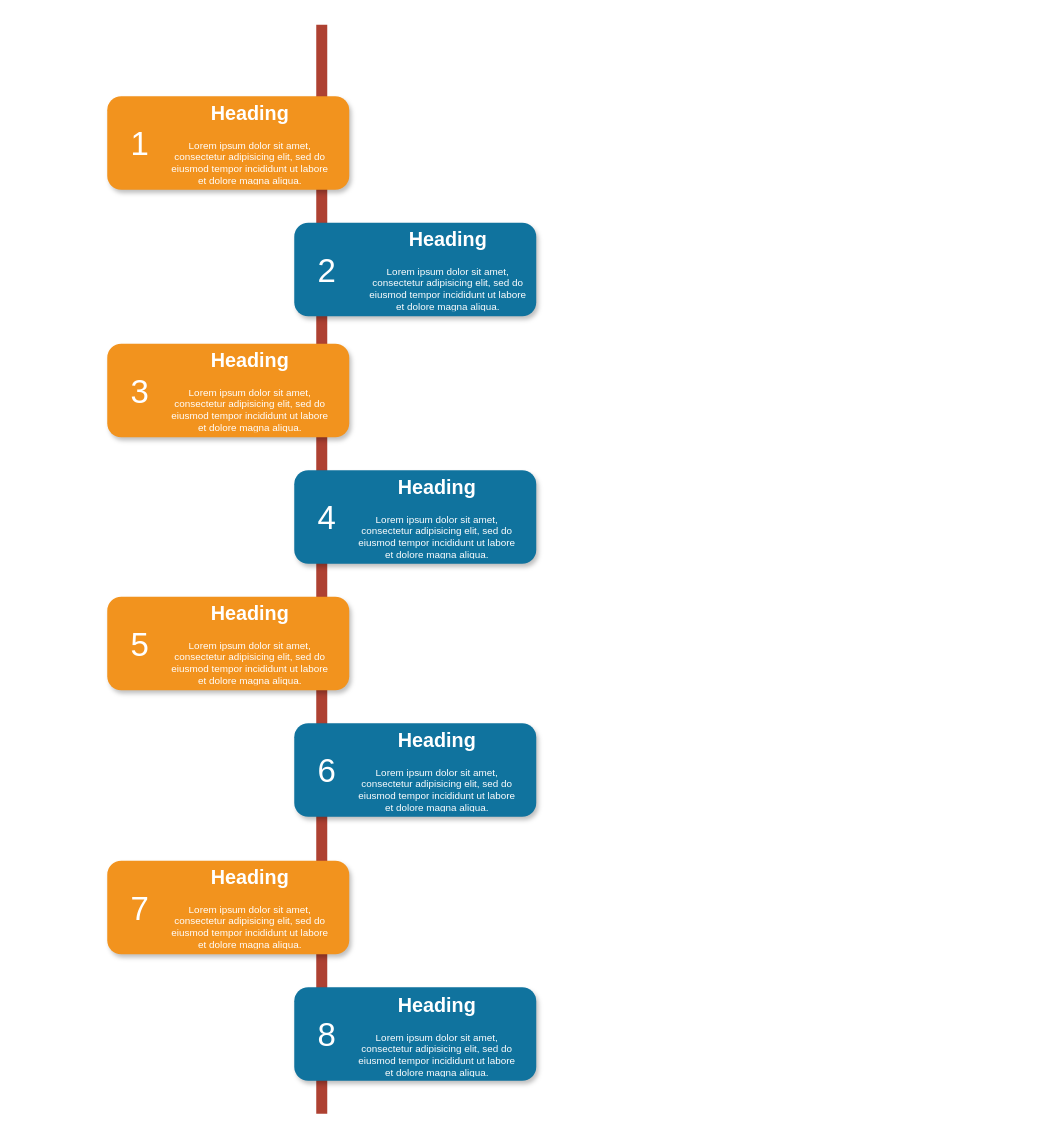
Before: postgraduation/test_time_sch.drawio in Thesoul20/daily-work, a draw.io diagram. Source tidied: cells renumbered, new cells numbered last; positions are measured from the earlier drawing's top-left corner, leaving out a move shared by most shapes. Both pictures are drawn from the tidied source at 110%, with x=0, y=0 at pixel (107, 24).
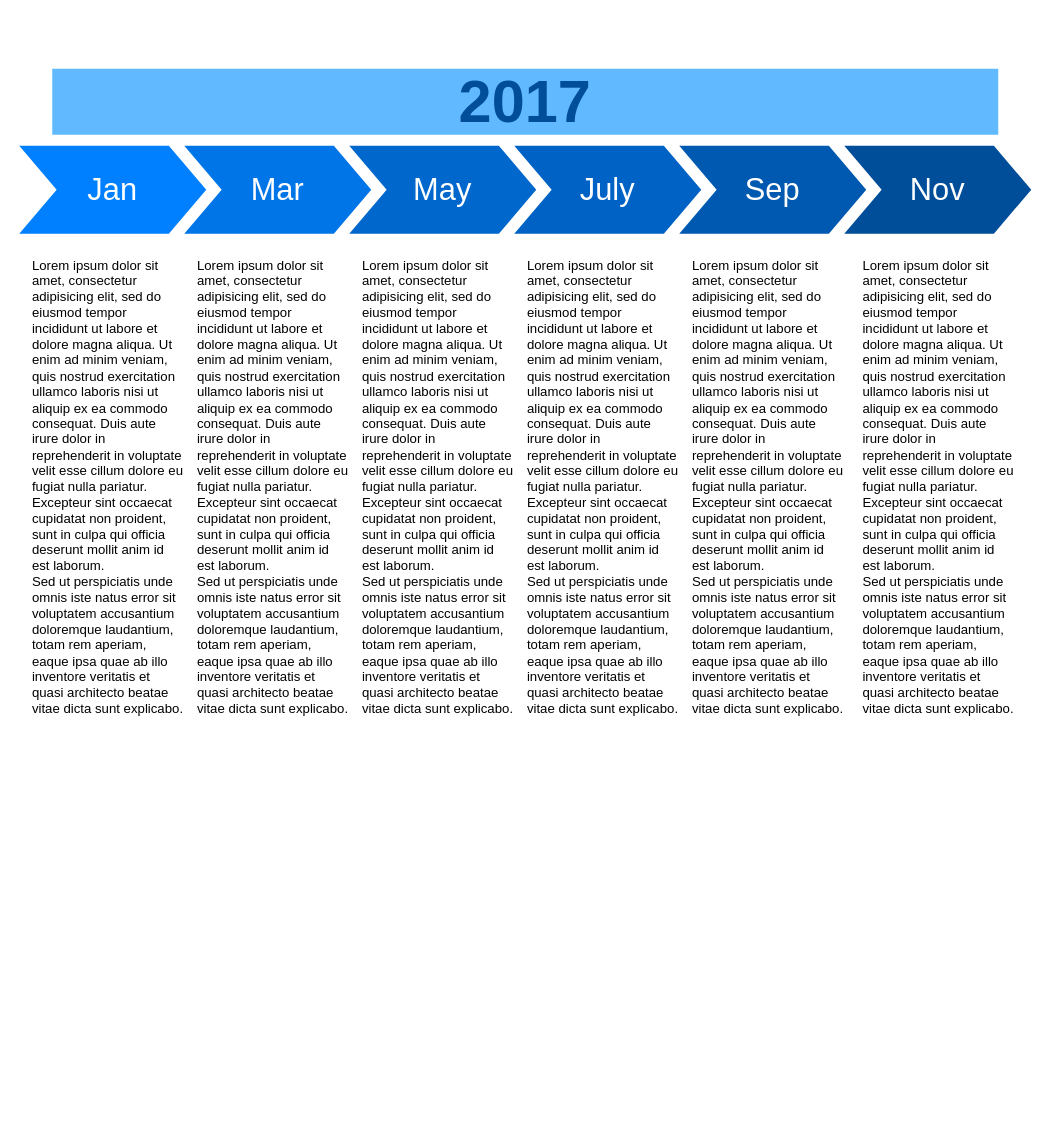
After the change.

What changed in the source:
```diff
@@
-    <mxCell id="2" style="line;strokeWidth=10;direction=south;html=1;fillColor=none;fontSize=13;fontColor=#000000;align=center;strokeColor=#AE4132;" parent="1" vertex="1">
-      <mxGeometry x="190" width="10" height="990" as="geometry" />
-    </mxCell>
-    <mxCell id="3" style="rounded=1;whiteSpace=wrap;html=1;strokeColor=none;strokeWidth=1;fillColor=#F2931E;fontSize=13;fontColor=#FFFFFF;align=center;gradientColor=none;gradientDirection=east;verticalAlign=top;shadow=1;" parent="1" vertex="1">
-      <mxGeometry y="65" width="220" height="85" as="geometry" />
-    </mxCell>
-    <mxCell id="4" value="1" style="text;html=1;strokeColor=none;fillColor=none;align=center;verticalAlign=middle;whiteSpace=wrap;fontSize=30;fontColor=#FFFFFF;" parent="1" vertex="1">
-      <mxGeometry x="10" y="98" width="40" height="20" as="geometry" />
-    </mxCell>
-    <mxCell id="5" style="rounded=1;whiteSpace=wrap;html=1;strokeColor=none;strokeWidth=1;fillColor=#10739E;fontSize=13;fontColor=#FFFFFF;align=center;gradientColor=none;gradientDirection=east;verticalAlign=top;shadow=1;" parent="1" vertex="1">
-      <mxGeometry x="170" y="180" width="220" height="85" as="geometry" />
-    </mxCell>
-    <mxCell id="6" value="2" style="text;html=1;strokeColor=none;fillColor=none;align=center;verticalAlign=middle;whiteSpace=wrap;fontSize=30;fontColor=#FFFFFF;" parent="1" vertex="1">
-      <mxGeometry x="180" y="213" width="40" height="20" as="geometry" />
-    </mxCell>
-    <mxCell id="7" style="rounded=1;whiteSpace=wrap;html=1;strokeColor=none;strokeWidth=1;fillColor=#F2931E;fontSize=13;fontColor=#FFFFFF;align=center;gradientColor=none;gradientDirection=east;verticalAlign=top;shadow=1;" parent="1" vertex="1">
-      <mxGeometry y="290" width="220" height="85" as="geometry" />
-    </mxCell>
-    <mxCell id="8" value="3" style="text;html=1;strokeColor=none;fillColor=none;align=center;verticalAlign=middle;whiteSpace=wrap;fontSize=30;fontColor=#FFFFFF;" parent="1" vertex="1">
-      <mxGeometry x="10" y="323" width="40" height="20" as="geometry" />
-    </mxCell>
-    <mxCell id="9" style="rounded=1;whiteSpace=wrap;html=1;strokeColor=none;strokeWidth=1;fillColor=#10739E;fontSize=13;fontColor=#FFFFFF;align=center;gradientColor=none;gradientDirection=east;verticalAlign=top;shadow=1;" parent="1" vertex="1">
-      <mxGeometry x="170" y="405" width="220" height="85" as="geometry" />
-    </mxCell>
-    <mxCell id="10" value="4" style="text;html=1;strokeColor=none;fillColor=none;align=center;verticalAlign=middle;whiteSpace=wrap;fontSize=30;fontColor=#FFFFFF;" parent="1" vertex="1">
-      <mxGeometry x="180" y="438" width="40" height="20" as="geometry" />
-    </mxCell>
-    <mxCell id="11" style="rounded=1;whiteSpace=wrap;html=1;strokeColor=none;strokeWidth=1;fillColor=#F2931E;fontSize=13;fontColor=#FFFFFF;align=center;gradientColor=none;gradientDirection=east;verticalAlign=top;shadow=1;" parent="1" vertex="1">
-      <mxGeometry y="520" width="220" height="85" as="geometry" />
-    </mxCell>
-    <mxCell id="12" value="5" style="text;html=1;strokeColor=none;fillColor=none;align=center;verticalAlign=middle;whiteSpace=wrap;fontSize=30;fontColor=#FFFFFF;" parent="1" vertex="1">
-      <mxGeometry x="10" y="553" width="40" height="20" as="geometry" />
-    </mxCell>
-    <mxCell id="13" style="rounded=1;whiteSpace=wrap;html=1;strokeColor=none;strokeWidth=1;fillColor=#10739E;fontSize=13;fontColor=#FFFFFF;align=center;gradientColor=none;gradientDirection=east;verticalAlign=top;shadow=1;" parent="1" vertex="1">
-      <mxGeometry x="170" y="635" width="220" height="85" as="geometry" />
-    </mxCell>
-    <mxCell id="14" value="6" style="text;html=1;strokeColor=none;fillColor=none;align=center;verticalAlign=middle;whiteSpace=wrap;fontSize=30;fontColor=#FFFFFF;" parent="1" vertex="1">
-      <mxGeometry x="180" y="668" width="40" height="20" as="geometry" />
-    </mxCell>
-    <mxCell id="15" style="rounded=1;whiteSpace=wrap;html=1;strokeColor=none;strokeWidth=1;fillColor=#F2931E;fontSize=13;fontColor=#FFFFFF;align=center;gradientColor=none;gradientDirection=east;verticalAlign=top;shadow=1;" parent="1" vertex="1">
-      <mxGeometry y="760" width="220" height="85" as="geometry" />
-    </mxCell>
-    <mxCell id="16" value="7" style="text;html=1;strokeColor=none;fillColor=none;align=center;verticalAlign=middle;whiteSpace=wrap;fontSize=30;fontColor=#FFFFFF;" parent="1" vertex="1">
-      <mxGeometry x="10" y="793" width="40" height="20" as="geometry" />
-    </mxCell>
-    <mxCell id="17" style="rounded=1;whiteSpace=wrap;html=1;strokeColor=none;strokeWidth=1;fillColor=#10739E;fontSize=13;fontColor=#FFFFFF;align=center;gradientColor=none;gradientDirection=east;verticalAlign=top;shadow=1;" parent="1" vertex="1">
-      <mxGeometry x="170" y="875" width="220" height="85" as="geometry" />
-    </mxCell>
-    <mxCell id="18" value="8" style="text;html=1;strokeColor=none;fillColor=none;align=center;verticalAlign=middle;whiteSpace=wrap;fontSize=30;fontColor=#FFFFFF;" parent="1" vertex="1">
-      <mxGeometry x="180" y="908" width="40" height="20" as="geometry" />
-    </mxCell>
-    <mxCell id="19" value="&lt;h1&gt;Heading&lt;/h1&gt;&lt;p&gt;Lorem ipsum dolor sit amet, consectetur adipisicing elit, sed do eiusmod tempor incididunt ut labore et dolore magna aliqua.&lt;/p&gt;" style="text;html=1;spacing=5;spacingTop=-20;whiteSpace=wrap;overflow=hidden;strokeColor=none;strokeWidth=4;fillColor=none;gradientColor=#007FFF;fontSize=9;fontColor=#FFFFFF;align=center;" parent="1" vertex="1">
-      <mxGeometry x="50" y="69" width="160" height="77" as="geometry" />
-    </mxCell>
-    <mxCell id="20" value="&lt;h1&gt;Heading&lt;/h1&gt;&lt;p&gt;Lorem ipsum dolor sit amet, consectetur adipisicing elit, sed do eiusmod tempor incididunt ut labore et dolore magna aliqua.&lt;/p&gt;" style="text;html=1;spacing=5;spacingTop=-20;whiteSpace=wrap;overflow=hidden;strokeColor=none;strokeWidth=4;fillColor=none;gradientColor=#007FFF;fontSize=9;fontColor=#FFFFFF;align=center;" parent="1" vertex="1">
-      <mxGeometry x="230" y="184" width="160" height="77" as="geometry" />
-    </mxCell>
-    <mxCell id="21" value="&lt;h1&gt;Heading&lt;/h1&gt;&lt;p&gt;Lorem ipsum dolor sit amet, consectetur adipisicing elit, sed do eiusmod tempor incididunt ut labore et dolore magna aliqua.&lt;/p&gt;" style="text;html=1;spacing=5;spacingTop=-20;whiteSpace=wrap;overflow=hidden;strokeColor=none;strokeWidth=4;fillColor=none;gradientColor=#007FFF;fontSize=9;fontColor=#FFFFFF;align=center;" parent="1" vertex="1">
-      <mxGeometry x="50" y="294" width="160" height="77" as="geometry" />
-    </mxCell>
-    <mxCell id="22" value="&lt;h1&gt;Heading&lt;/h1&gt;&lt;p&gt;Lorem ipsum dolor sit amet, consectetur adipisicing elit, sed do eiusmod tempor incididunt ut labore et dolore magna aliqua.&lt;/p&gt;" style="text;html=1;spacing=5;spacingTop=-20;whiteSpace=wrap;overflow=hidden;strokeColor=none;strokeWidth=4;fillColor=none;gradientColor=#007FFF;fontSize=9;fontColor=#FFFFFF;align=center;" parent="1" vertex="1">
-      <mxGeometry x="220" y="409" width="160" height="77" as="geometry" />
-    </mxCell>
-    <mxCell id="23" value="&lt;h1&gt;Heading&lt;/h1&gt;&lt;p&gt;Lorem ipsum dolor sit amet, consectetur adipisicing elit, sed do eiusmod tempor incididunt ut labore et dolore magna aliqua.&lt;/p&gt;" style="text;html=1;spacing=5;spacingTop=-20;whiteSpace=wrap;overflow=hidden;strokeColor=none;strokeWidth=4;fillColor=none;gradientColor=#007FFF;fontSize=9;fontColor=#FFFFFF;align=center;" parent="1" vertex="1">
-      <mxGeometry x="50" y="524" width="160" height="77" as="geometry" />
-    </mxCell>
-    <mxCell id="24" value="&lt;h1&gt;Heading&lt;/h1&gt;&lt;p&gt;Lorem ipsum dolor sit amet, consectetur adipisicing elit, sed do eiusmod tempor incididunt ut labore et dolore magna aliqua.&lt;/p&gt;" style="text;html=1;spacing=5;spacingTop=-20;whiteSpace=wrap;overflow=hidden;strokeColor=none;strokeWidth=4;fillColor=none;gradientColor=#007FFF;fontSize=9;fontColor=#FFFFFF;align=center;" parent="1" vertex="1">
-      <mxGeometry x="220" y="639" width="160" height="77" as="geometry" />
-    </mxCell>
-    <mxCell id="25" value="&lt;h1&gt;Heading&lt;/h1&gt;&lt;p&gt;Lorem ipsum dolor sit amet, consectetur adipisicing elit, sed do eiusmod tempor incididunt ut labore et dolore magna aliqua.&lt;/p&gt;" style="text;html=1;spacing=5;spacingTop=-20;whiteSpace=wrap;overflow=hidden;strokeColor=none;strokeWidth=4;fillColor=none;gradientColor=#007FFF;fontSize=9;fontColor=#FFFFFF;align=center;" parent="1" vertex="1">
-      <mxGeometry x="50" y="764" width="160" height="77" as="geometry" />
-    </mxCell>
-    <mxCell id="26" value="&lt;h1&gt;Heading&lt;/h1&gt;&lt;p&gt;Lorem ipsum dolor sit amet, consectetur adipisicing elit, sed do eiusmod tempor incididunt ut labore et dolore magna aliqua.&lt;/p&gt;" style="text;html=1;spacing=5;spacingTop=-20;whiteSpace=wrap;overflow=hidden;strokeColor=none;strokeWidth=4;fillColor=none;gradientColor=#007FFF;fontSize=9;fontColor=#FFFFFF;align=center;" parent="1" vertex="1">
-      <mxGeometry x="220" y="880" width="160" height="77" as="geometry" />
-    </mxCell>
+    <mxCell id="27" value="Jan" style="shape=step;whiteSpace=wrap;html=1;fontSize=28;fillColor=#0080FF;fontColor=#FFFFFF;strokeColor=none;" parent="1" vertex="1">
+      <mxGeometry x="-80" y="110" width="170" height="80" as="geometry" />
+    </mxCell>
+    <mxCell id="28" value="Mar" style="shape=step;whiteSpace=wrap;html=1;fontSize=28;fillColor=#0075E8;fontColor=#FFFFFF;strokeColor=none;" parent="1" vertex="1">
+      <mxGeometry x="70" y="110" width="170" height="80" as="geometry" />
+    </mxCell>
+    <mxCell id="29" value="May" style="shape=step;whiteSpace=wrap;html=1;fontSize=28;fillColor=#0067CC;fontColor=#FFFFFF;strokeColor=none;" parent="1" vertex="1">
+      <mxGeometry x="220" y="110" width="170" height="80" as="geometry" />
+    </mxCell>
+    <mxCell id="30" value="July" style="shape=step;whiteSpace=wrap;html=1;fontSize=28;fillColor=#0062C4;fontColor=#FFFFFF;strokeColor=none;" parent="1" vertex="1">
+      <mxGeometry x="370" y="110" width="170" height="80" as="geometry" />
+    </mxCell>
+    <mxCell id="31" value="Sep" style="shape=step;whiteSpace=wrap;html=1;fontSize=28;fillColor=#0059B0;fontColor=#FFFFFF;strokeColor=none;" parent="1" vertex="1">
+      <mxGeometry x="520" y="110" width="170" height="80" as="geometry" />
+    </mxCell>
+    <mxCell id="32" value="Nov" style="shape=step;whiteSpace=wrap;html=1;fontSize=28;fillColor=#004D99;fontColor=#FFFFFF;strokeColor=none;" parent="1" vertex="1">
+      <mxGeometry x="670" y="110" width="170" height="80" as="geometry" />
+    </mxCell>
+    <mxCell id="33" value="2017" style="text;html=1;strokeColor=none;fillColor=#61BAFF;align=center;verticalAlign=middle;whiteSpace=wrap;fontSize=54;fontStyle=1;fontColor=#004D99;" parent="1" vertex="1">
+      <mxGeometry x="-50" y="40" width="860" height="60" as="geometry" />
+    </mxCell>
+    <mxCell id="34" value="Lorem ipsum dolor sit amet, consectetur adipisicing elit, sed do eiusmod tempor incididunt ut labore et dolore magna aliqua. Ut enim ad minim veniam, quis nostrud exercitation ullamco laboris nisi ut aliquip ex ea commodo consequat. Duis aute irure dolor in reprehenderit in voluptate velit esse cillum dolore eu fugiat nulla pariatur. Excepteur sint occaecat cupidatat non proident, sunt in culpa qui officia deserunt mollit anim id est laborum.&lt;br&gt;Sed ut perspiciatis unde omnis iste natus error sit voluptatem accusantium doloremque laudantium, totam rem aperiam, eaque ipsa quae ab illo inventore veritatis et quasi architecto beatae vitae dicta sunt explicabo." style="text;spacingTop=-5;fillColor=#ffffff;whiteSpace=wrap;html=1;align=left;fontSize=12;fontFamily=Helvetica;fillColor=none;strokeColor=none;" parent="1" vertex="1">
+      <mxGeometry x="-70" y="210" width="140" height="470" as="geometry" />
+    </mxCell>
+    <mxCell id="35" value="Lorem ipsum dolor sit amet, consectetur adipisicing elit, sed do eiusmod tempor incididunt ut labore et dolore magna aliqua. Ut enim ad minim veniam, quis nostrud exercitation ullamco laboris nisi ut aliquip ex ea commodo consequat. Duis aute irure dolor in reprehenderit in voluptate velit esse cillum dolore eu fugiat nulla pariatur. Excepteur sint occaecat cupidatat non proident, sunt in culpa qui officia deserunt mollit anim id est laborum.&lt;br&gt;Sed ut perspiciatis unde omnis iste natus error sit voluptatem accusantium doloremque laudantium, totam rem aperiam, eaque ipsa quae ab illo inventore veritatis et quasi architecto beatae vitae dicta sunt explicabo." style="text;spacingTop=-5;fillColor=#ffffff;whiteSpace=wrap;html=1;align=left;fontSize=12;fontFamily=Helvetica;fillColor=none;strokeColor=none;" parent="1" vertex="1">
+      <mxGeometry x="80" y="210" width="140" height="470" as="geometry" />
+    </mxCell>
+    <mxCell id="36" value="Lorem ipsum dolor sit amet, consectetur adipisicing elit, sed do eiusmod tempor incididunt ut labore et dolore magna aliqua. Ut enim ad minim veniam, quis nostrud exercitation ullamco laboris nisi ut aliquip ex ea commodo consequat. Duis aute irure dolor in reprehenderit in voluptate velit esse cillum dolore eu fugiat nulla pariatur. Excepteur sint occaecat cupidatat non proident, sunt in culpa qui officia deserunt mollit anim id est laborum.&lt;br&gt;Sed ut perspiciatis unde omnis iste natus error sit voluptatem accusantium doloremque laudantium, totam rem aperiam, eaque ipsa quae ab illo inventore veritatis et quasi architecto beatae vitae dicta sunt explicabo." style="text;spacingTop=-5;fillColor=#ffffff;whiteSpace=wrap;html=1;align=left;fontSize=12;fontFamily=Helvetica;fillColor=none;strokeColor=none;" parent="1" vertex="1">
+      <mxGeometry x="230" y="210" width="140" height="470" as="geometry" />
+    </mxCell>
+    <mxCell id="37" value="Lorem ipsum dolor sit amet, consectetur adipisicing elit, sed do eiusmod tempor incididunt ut labore et dolore magna aliqua. Ut enim ad minim veniam, quis nostrud exercitation ullamco laboris nisi ut aliquip ex ea commodo consequat. Duis aute irure dolor in reprehenderit in voluptate velit esse cillum dolore eu fugiat nulla pariatur. Excepteur sint occaecat cupidatat non proident, sunt in culpa qui officia deserunt mollit anim id est laborum.&lt;br&gt;Sed ut perspiciatis unde omnis iste natus error sit voluptatem accusantium doloremque laudantium, totam rem aperiam, eaque ipsa quae ab illo inventore veritatis et quasi architecto beatae vitae dicta sunt explicabo." style="text;spacingTop=-5;fillColor=#ffffff;whiteSpace=wrap;html=1;align=left;fontSize=12;fontFamily=Helvetica;fillColor=none;strokeColor=none;" parent="1" vertex="1">
+      <mxGeometry x="380" y="210" width="140" height="470" as="geometry" />
+    </mxCell>
+    <mxCell id="38" value="Lorem ipsum dolor sit amet, consectetur adipisicing elit, sed do eiusmod tempor incididunt ut labore et dolore magna aliqua. Ut enim ad minim veniam, quis nostrud exercitation ullamco laboris nisi ut aliquip ex ea commodo consequat. Duis aute irure dolor in reprehenderit in voluptate velit esse cillum dolore eu fugiat nulla pariatur. Excepteur sint occaecat cupidatat non proident, sunt in culpa qui officia deserunt mollit anim id est laborum.&lt;br&gt;Sed ut perspiciatis unde omnis iste natus error sit voluptatem accusantium doloremque laudantium, totam rem aperiam, eaque ipsa quae ab illo inventore veritatis et quasi architecto beatae vitae dicta sunt explicabo." style="text;spacingTop=-5;fillColor=#ffffff;whiteSpace=wrap;html=1;align=left;fontSize=12;fontFamily=Helvetica;fillColor=none;strokeColor=none;" parent="1" vertex="1">
+      <mxGeometry x="530" y="210" width="140" height="470" as="geometry" />
+    </mxCell>
+    <mxCell id="39" value="Lorem ipsum dolor sit amet, consectetur adipisicing elit, sed do eiusmod tempor incididunt ut labore et dolore magna aliqua. Ut enim ad minim veniam, quis nostrud exercitation ullamco laboris nisi ut aliquip ex ea commodo consequat. Duis aute irure dolor in reprehenderit in voluptate velit esse cillum dolore eu fugiat nulla pariatur. Excepteur sint occaecat cupidatat non proident, sunt in culpa qui officia deserunt mollit anim id est laborum.&lt;br&gt;Sed ut perspiciatis unde omnis iste natus error sit voluptatem accusantium doloremque laudantium, totam rem aperiam, eaque ipsa quae ab illo inventore veritatis et quasi architecto beatae vitae dicta sunt explicabo." style="text;spacingTop=-5;fillColor=#ffffff;whiteSpace=wrap;html=1;align=left;fontSize=12;fontFamily=Helvetica;fillColor=none;strokeColor=none;" parent="1" vertex="1">
+      <mxGeometry x="685" y="210" width="140" height="470" as="geometry" />
+    </mxCell>
```
